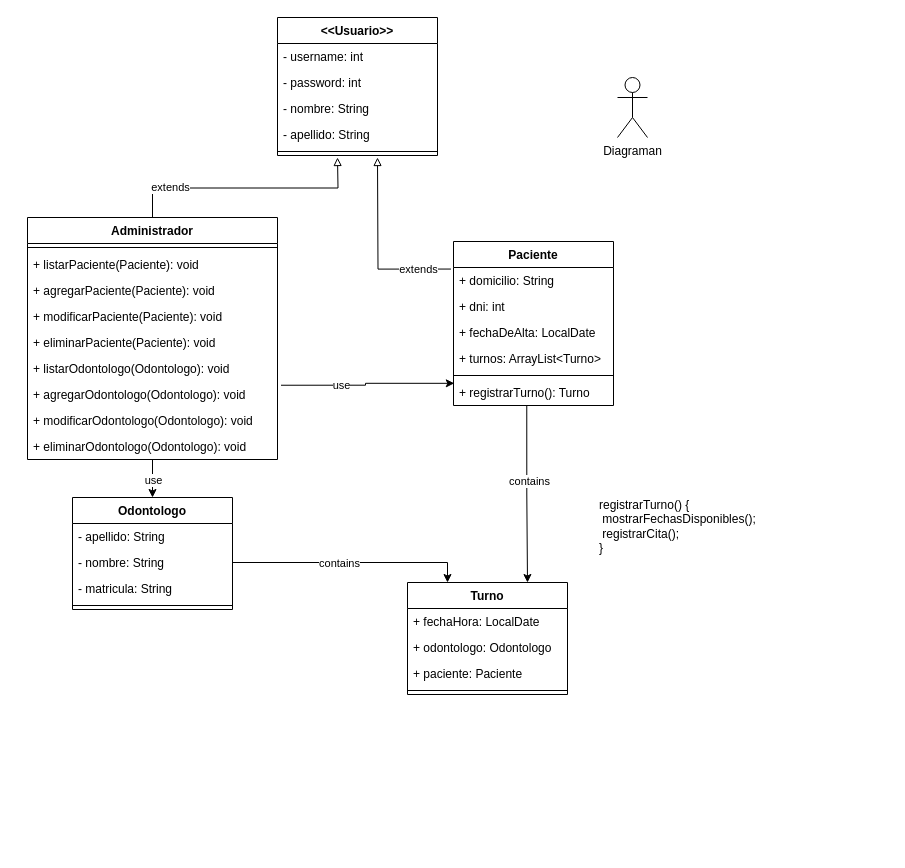
Above: 00 TP INTEGRADOR/daigrama-integrador.drawio in eligazza/BACK (draw.io), before the change. Source tidied: cells renumbered, new cells numbered last; positions are measured from the earlier drawing's top-left corner, leaving out a move shared by most shapes. Both pictures are drawn from the tidied source at 100%, with x=0, y=0 at pixel (27, 17).
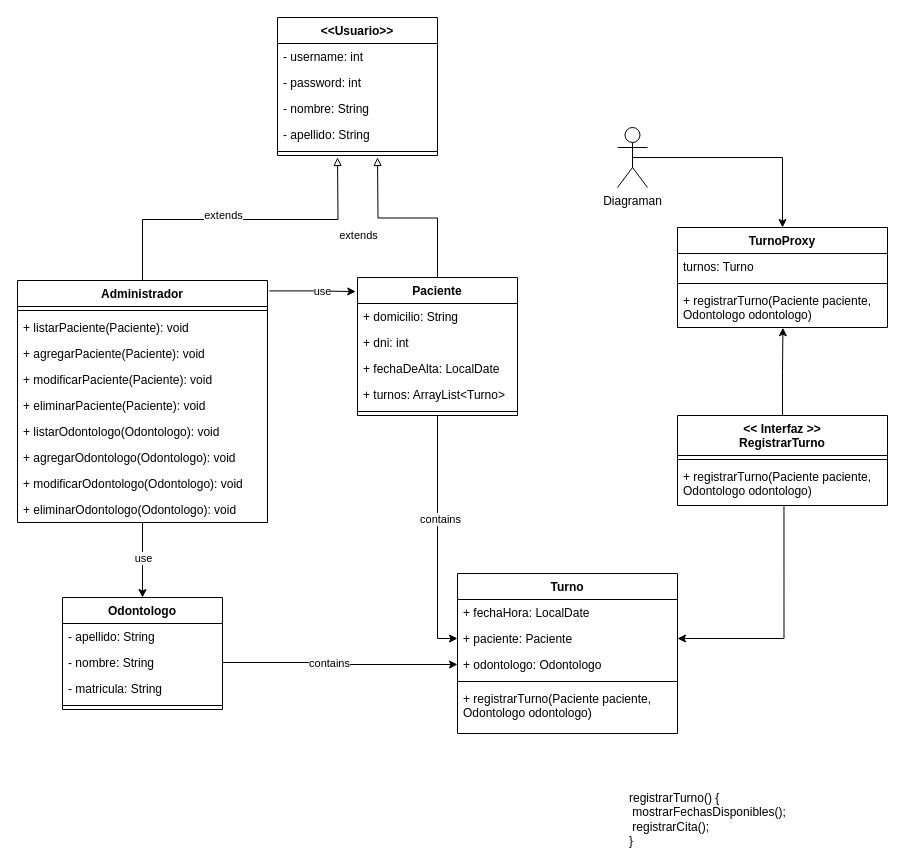
The same page after the edit.

Unchanged cells that the change refers to:
```xml
<mxCell id="5" value="- nombre: String" style="text;strokeColor=none;fillColor=none;align=left;verticalAlign=top;spacingLeft=4;spacingRight=4;overflow=hidden;points=[[0,0.5],[1,0.5]];portConstraint=eastwest;whiteSpace=wrap;html=1;" parent="3" vertex="1">
  <mxGeometry y="52" width="160" height="26" as="geometry" />
</mxCell>
<mxCell id="30" style="edgeStyle=orthogonalEdgeStyle;rounded=0;jettySize=auto;html=1;exitX=0.5;exitY=0;exitDx=0;exitDy=0;startArrow=none;startFill=0;endArrow=block;endFill=0;" parent="1" edge="1" source="36">
  <mxGeometry relative="1" as="geometry">
    <mxPoint x="310" y="140" as="targetPoint" />
  </mxGeometry>
</mxCell>
<mxCell id="43" value="+ agregarOdontologo(Odontologo): void" style="text;strokeColor=none;fillColor=none;align=left;verticalAlign=top;spacingLeft=4;spacingRight=4;overflow=hidden;points=[[0,0.5],[1,0.5]];portConstraint=eastwest;whiteSpace=wrap;html=1;" parent="36" vertex="1">
  <mxGeometry y="164" width="250" height="26" as="geometry" />
</mxCell>
```

What changed in the source:
```diff
@@
+    <mxCell id="49" style="edgeStyle=orthogonalEdgeStyle;rounded=0;jettySize=auto;html=1;exitX=0.5;exitY=0.5;exitDx=0;exitDy=0;exitPerimeter=0;entryX=0.5;entryY=0;entryDx=0;entryDy=0;" parent="1" edge="1" source="2" target="51">
+      <mxGeometry relative="1" as="geometry" />
+    </mxCell>
     <mxCell id="2" value="Diagraman" style="shape=umlActor;verticalLabelPosition=bottom;verticalAlign=top;html=1;" parent="1" vertex="1">
-      <mxGeometry x="590" y="60" width="30" height="60" as="geometry" />
+      <mxGeometry x="590" y="110" width="30" height="60" as="geometry" />
     </mxCell>
     <mxCell id="3" value="Odontologo" style="swimlane;fontStyle=1;align=center;verticalAlign=top;horizontal=1;startSize=26;whiteSpace=wrap;html=1;" parent="1" vertex="1">
-      <mxGeometry x="45" y="480" width="160" height="112" as="geometry" />
+      <mxGeometry x="35" y="580" width="160" height="112" as="geometry" />
     </mxCell>
@@
-    <mxCell id="8" style="edgeStyle=orthogonalEdgeStyle;rounded=0;jettySize=auto;html=1;endArrow=block;endFill=0;exitX=-0.016;exitY=0.168;exitDx=0;exitDy=0;exitPerimeter=0;" parent="1" edge="1" source="12">
+    <mxCell id="8" style="edgeStyle=orthogonalEdgeStyle;rounded=0;jettySize=auto;html=1;endArrow=block;endFill=0;exitX=0.5;exitY=0;exitDx=0;exitDy=0;" parent="1" edge="1" source="12">
       <mxGeometry relative="1" as="geometry">
         <mxPoint x="350" y="140" as="targetPoint" />
       </mxGeometry>
     </mxCell>
     <mxCell id="9" value="extends" style="edgeLabel;html=1;align=center;verticalAlign=middle;" parent="8" vertex="1">
-      <mxGeometry x="-0.64" relative="1" as="geometry" />
+      <mxGeometry x="-0.64" relative="1" as="geometry">
+        <mxPoint x="-80" y="-11" as="offset" />
+      </mxGeometry>
     </mxCell>
-    <mxCell id="10" style="edgeStyle=orthogonalEdgeStyle;rounded=0;jettySize=auto;html=1;entryX=0.75;entryY=0;entryDx=0;entryDy=0;exitX=0.458;exitY=0.99;exitDx=0;exitDy=0;exitPerimeter=0;" parent="1" edge="1" source="18" target="19">
+    <mxCell id="10" style="edgeStyle=orthogonalEdgeStyle;rounded=0;jettySize=auto;html=1;entryX=0;entryY=0.5;entryDx=0;entryDy=0;exitX=0.5;exitY=1;exitDx=0;exitDy=0;" parent="1" edge="1" source="12" target="22">
       <mxGeometry relative="1" as="geometry" />
     </mxCell>
@@
     <mxCell id="12" value="Paciente" style="swimlane;fontStyle=1;align=center;verticalAlign=top;horizontal=1;startSize=26;whiteSpace=wrap;html=1;" parent="1" vertex="1">
-      <mxGeometry x="426" y="224" width="160" height="164" as="geometry" />
+      <mxGeometry x="330" y="260" width="160" height="138" as="geometry" />
     </mxCell>
@@
-    <mxCell id="18" value="+ registrarTurno(): Turno" style="text;strokeColor=none;fillColor=none;align=left;verticalAlign=top;spacingLeft=4;spacingRight=4;overflow=hidden;points=[[0,0.5],[1,0.5]];portConstraint=eastwest;whiteSpace=wrap;html=1;" parent="12" vertex="1">
-      <mxGeometry y="138" width="160" height="26" as="geometry" />
-    </mxCell>
     <mxCell id="19" value="Turno" style="swimlane;fontStyle=1;align=center;verticalAlign=top;horizontal=1;startSize=26;whiteSpace=wrap;html=1;" parent="1" vertex="1">
-      <mxGeometry x="380" y="565" width="160" height="112" as="geometry" />
+      <mxGeometry x="430" y="556" width="220" height="160" as="geometry" />
     </mxCell>
     <mxCell id="20" value="+ fechaHora: LocalDate" style="text;strokeColor=none;fillColor=none;align=left;verticalAlign=top;spacingLeft=4;spacingRight=4;overflow=hidden;whiteSpace=wrap;html=1;" parent="19" vertex="1">
-      <mxGeometry y="26" width="160" height="26" as="geometry" />
+      <mxGeometry y="26" width="220" height="26" as="geometry" />
     </mxCell>
+    <mxCell id="22" value="+ paciente: Paciente" style="text;strokeColor=none;fillColor=none;align=left;verticalAlign=top;spacingLeft=4;spacingRight=4;overflow=hidden;points=[[0,0.5],[1,0.5]];portConstraint=eastwest;whiteSpace=wrap;html=1;" parent="19" vertex="1">
+      <mxGeometry y="52" width="220" height="26" as="geometry" />
+    </mxCell>
     <mxCell id="21" value="+ odontologo: Odontologo" style="text;strokeColor=none;fillColor=none;align=left;verticalAlign=top;spacingLeft=4;spacingRight=4;overflow=hidden;points=[[0,0.5],[1,0.5]];portConstraint=eastwest;whiteSpace=wrap;html=1;" parent="19" vertex="1">
-      <mxGeometry y="52" width="160" height="26" as="geometry" />
+      <mxGeometry y="78" width="220" height="26" as="geometry" />
     </mxCell>
-    <mxCell id="22" value="+ paciente: Paciente" style="text;strokeColor=none;fillColor=none;align=left;verticalAlign=top;spacingLeft=4;spacingRight=4;overflow=hidden;points=[[0,0.5],[1,0.5]];portConstraint=eastwest;whiteSpace=wrap;html=1;" parent="19" vertex="1">
-      <mxGeometry y="78" width="160" height="26" as="geometry" />
-    </mxCell>
     <mxCell id="23" style="line;strokeWidth=1;fillColor=none;align=left;verticalAlign=middle;spacingTop=-1;spacingLeft=3;spacingRight=3;labelPosition=right;strokeColor=inherit;" parent="19" vertex="1">
-      <mxGeometry y="104" width="160" height="8" as="geometry" />
+      <mxGeometry y="104" width="220" height="8" as="geometry" />
     </mxCell>
+    <mxCell id="50" value="+ registrarTurno(Paciente paciente, &lt;br&gt;Odontologo odontologo)" style="text;strokeColor=none;fillColor=none;align=left;verticalAlign=top;spacingLeft=4;spacingRight=4;overflow=hidden;whiteSpace=wrap;html=1;" parent="19" vertex="1">
+      <mxGeometry y="112" width="220" height="48" as="geometry" />
+    </mxCell>
@@
     <mxCell id="31" value="extends" style="edgeLabel;html=1;align=center;verticalAlign=middle;" parent="30" vertex="1">
-      <mxGeometry x="-0.62" y="1" relative="1" as="geometry" />
+      <mxGeometry x="-0.62" y="1" relative="1" as="geometry">
+        <mxPoint x="80" y="-4" as="offset" />
+      </mxGeometry>
     </mxCell>
@@
-    <mxCell id="34" style="edgeStyle=orthogonalEdgeStyle;rounded=0;jettySize=auto;html=1;entryX=0.005;entryY=0.147;entryDx=0;entryDy=0;entryPerimeter=0;exitX=1.014;exitY=0.144;exitDx=0;exitDy=0;exitPerimeter=0;" parent="1" edge="1" source="43" target="18">
+    <mxCell id="34" style="edgeStyle=orthogonalEdgeStyle;rounded=0;jettySize=auto;html=1;entryX=-0.011;entryY=0.102;entryDx=0;entryDy=0;exitX=1.007;exitY=0.043;exitDx=0;exitDy=0;exitPerimeter=0;entryPerimeter=0;" parent="1" edge="1" source="36" target="12">
       <mxGeometry relative="1" as="geometry" />
     </mxCell>
     <mxCell id="35" value="use" style="edgeLabel;html=1;align=center;verticalAlign=middle;" parent="34" vertex="1">
-      <mxGeometry x="-0.31" relative="1" as="geometry" />
+      <mxGeometry x="-0.31" relative="1" as="geometry">
+        <mxPoint x="23" as="offset" />
+      </mxGeometry>
     </mxCell>
     <mxCell id="36" value="Administrador" style="swimlane;fontStyle=1;align=center;verticalAlign=top;horizontal=1;startSize=26;whiteSpace=wrap;html=1;" parent="1" vertex="1">
-      <mxGeometry y="200" width="250" height="242" as="geometry" />
+      <mxGeometry x="-10" y="263" width="250" height="242" as="geometry" />
     </mxCell>
@@
-    <mxCell id="46" style="edgeStyle=orthogonalEdgeStyle;rounded=0;jettySize=auto;html=1;entryX=0.25;entryY=0;entryDx=0;entryDy=0;" parent="1" edge="1" source="5" target="19">
+    <mxCell id="46" style="edgeStyle=orthogonalEdgeStyle;rounded=0;jettySize=auto;html=1;entryX=0;entryY=0.5;entryDx=0;entryDy=0;" parent="1" edge="1" source="5" target="21">
       <mxGeometry relative="1" as="geometry" />
     </mxCell>
@@
     <mxCell id="48" value="registrarTurno() {&lt;br&gt;&lt;span style=&quot;white-space: pre;&quot;&gt; &lt;/span&gt;mostrarFechasDisponibles();&lt;br&gt;&lt;span style=&quot;white-space: pre;&quot;&gt; &lt;/span&gt;registrarCita();&lt;br&gt;}" style="text;html=1;strokeColor=none;fillColor=none;align=left;verticalAlign=middle;whiteSpace=wrap;rounded=0;" parent="1" vertex="1">
-      <mxGeometry x="570" y="477" width="200" height="63" as="geometry" />
+      <mxGeometry x="600" y="770" width="200" height="63" as="geometry" />
     </mxCell>
+    <mxCell id="51" value="TurnoProxy" style="swimlane;fontStyle=1;align=center;verticalAlign=top;horizontal=1;startSize=26;whiteSpace=wrap;html=1;" parent="1" vertex="1">
+      <mxGeometry x="650" y="210" width="210" height="100" as="geometry" />
+    </mxCell>
+    <mxCell id="52" value="turnos: Turno" style="text;strokeColor=none;fillColor=none;align=left;verticalAlign=top;spacingLeft=4;spacingRight=4;overflow=hidden;whiteSpace=wrap;html=1;" parent="51" vertex="1">
+      <mxGeometry y="26" width="210" height="26" as="geometry" />
+    </mxCell>
+    <mxCell id="53" style="line;strokeWidth=1;fillColor=none;align=left;verticalAlign=middle;spacingTop=-1;spacingLeft=3;spacingRight=3;labelPosition=right;strokeColor=inherit;" parent="51" vertex="1">
+      <mxGeometry y="52" width="210" height="8" as="geometry" />
+    </mxCell>
+    <mxCell id="54" value="+ registrarTurno(Paciente paciente, Odontologo odontologo)" style="text;strokeColor=none;fillColor=none;align=left;verticalAlign=top;spacingLeft=4;spacingRight=4;overflow=hidden;points=[[0,0.5],[1,0.5]];portConstraint=eastwest;whiteSpace=wrap;html=1;" parent="51" vertex="1">
+      <mxGeometry y="60" width="210" height="40" as="geometry" />
+    </mxCell>
+    <mxCell id="55" style="edgeStyle=orthogonalEdgeStyle;rounded=0;jettySize=auto;html=1;entryX=0.502;entryY=1.006;entryDx=0;entryDy=0;entryPerimeter=0;" parent="1" edge="1" source="57" target="54">
+      <mxGeometry relative="1" as="geometry" />
+    </mxCell>
+    <mxCell id="56" style="edgeStyle=orthogonalEdgeStyle;rounded=0;jettySize=auto;html=1;entryX=1;entryY=0.5;entryDx=0;entryDy=0;exitX=0.507;exitY=1.016;exitDx=0;exitDy=0;exitPerimeter=0;" parent="1" edge="1" source="59" target="22">
+      <mxGeometry relative="1" as="geometry" />
+    </mxCell>
+    <mxCell id="57" value="&amp;lt;&amp;lt; Interfaz &amp;gt;&amp;gt;&lt;br&gt;RegistrarTurno" style="swimlane;fontStyle=1;align=center;verticalAlign=top;horizontal=1;startSize=40;whiteSpace=wrap;html=1;" parent="1" vertex="1">
+      <mxGeometry x="650" y="398" width="210" height="90" as="geometry" />
+    </mxCell>
+    <mxCell id="58" style="line;strokeWidth=1;fillColor=none;align=left;verticalAlign=middle;spacingTop=-1;spacingLeft=3;spacingRight=3;labelPosition=right;strokeColor=inherit;" parent="57" vertex="1">
+      <mxGeometry y="40" width="210" height="8" as="geometry" />
+    </mxCell>
+    <mxCell id="59" value="+ registrarTurno(Paciente paciente, Odontologo odontologo)" style="text;strokeColor=none;fillColor=none;align=left;verticalAlign=top;spacingLeft=4;spacingRight=4;overflow=hidden;points=[[0,0.5],[1,0.5]];portConstraint=eastwest;whiteSpace=wrap;html=1;" parent="57" vertex="1">
+      <mxGeometry y="48" width="210" height="42" as="geometry" />
+    </mxCell>
```
